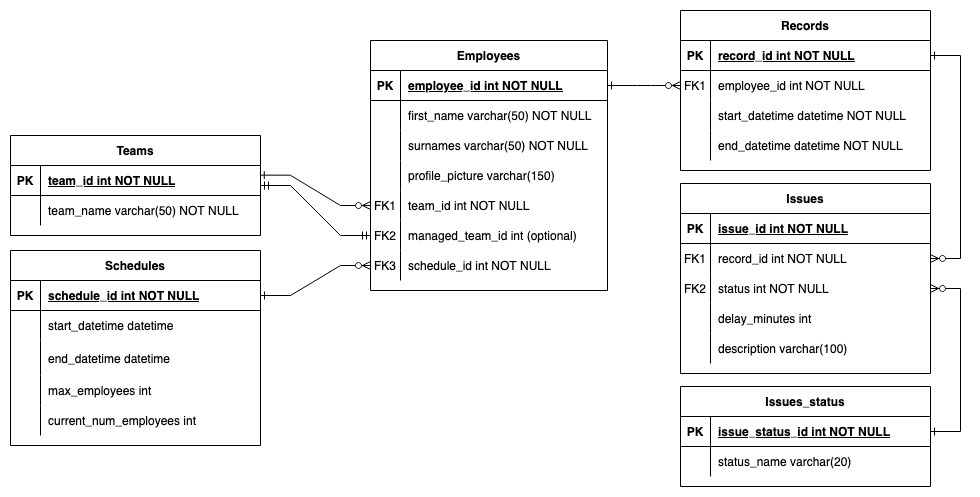
Earlier version of the draw.io export images/schedule-whiz-db.png (uma-dev/schedule-whiz). Source tidied: cells renumbered, new cells last; positions are measured from the earlier drawing's top-left corner, leaving out a move shared by most shapes.
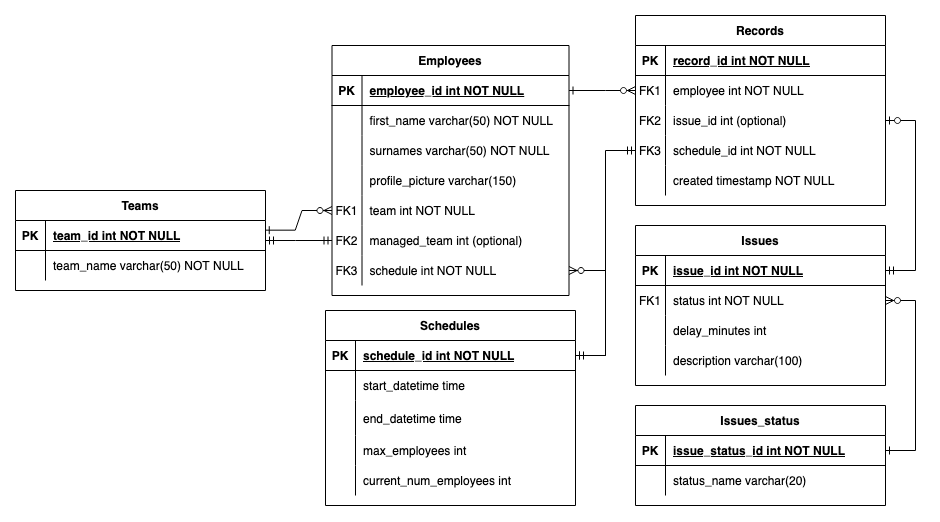
Later version of the same file.

Commit message:
Updated ddl and database schema

Change to the diagram source:
```diff
@@ -3,7 +3,7 @@
     <mxCell id="0" />
     <mxCell id="1" parent="0" />
     <mxCell id="2" value="Records" style="shape=table;startSize=30;rowLines=0;fontStyle=1;align=center;labelBackgroundColor=none;rounded=0;" parent="1" vertex="1">
-      <mxGeometry x="670" width="250" height="160" as="geometry" />
+      <mxGeometry x="690" width="250" height="190" as="geometry" />
     </mxCell>
     <mxCell id="3" style="shape=partialRectangle;fillColor=none;points=[[0,0.5],[1,0.5]];portConstraint=eastwest;top=0;left=0;right=0;bottom=1;labelBackgroundColor=none;rounded=0;" parent="2" vertex="1">
       <mxGeometry y="30" width="250" height="30" as="geometry" />
@@ -20,29 +20,38 @@
     <mxCell id="7" value="FK1" style="shape=partialRectangle;overflow=hidden;fillColor=none;top=0;left=0;bottom=0;right=0;labelBackgroundColor=none;rounded=0;" parent="6" vertex="1">
       <mxGeometry width="30" height="30" as="geometry" />
     </mxCell>
-    <mxCell id="8" value="employee_id int NOT NULL" style="shape=partialRectangle;overflow=hidden;fillColor=none;top=0;left=0;bottom=0;right=0;align=left;spacingLeft=6;labelBackgroundColor=none;rounded=0;" parent="6" vertex="1">
+    <mxCell id="8" value="employee int NOT NULL" style="shape=partialRectangle;overflow=hidden;fillColor=none;top=0;left=0;bottom=0;right=0;align=left;spacingLeft=6;labelBackgroundColor=none;rounded=0;" parent="6" vertex="1">
       <mxGeometry x="30" width="220" height="30" as="geometry" />
     </mxCell>
     <mxCell id="9" style="shape=partialRectangle;fillColor=none;points=[[0,0.5],[1,0.5]];portConstraint=eastwest;top=0;left=0;right=0;bottom=0;labelBackgroundColor=none;rounded=0;" parent="2" vertex="1">
       <mxGeometry y="90" width="250" height="30" as="geometry" />
     </mxCell>
-    <mxCell id="10" style="shape=partialRectangle;overflow=hidden;fillColor=none;top=0;left=0;bottom=0;right=0;labelBackgroundColor=none;rounded=0;" parent="9" vertex="1">
+    <mxCell id="10" value="FK2" style="shape=partialRectangle;overflow=hidden;fillColor=none;top=0;left=0;bottom=0;right=0;labelBackgroundColor=none;rounded=0;" parent="9" vertex="1">
       <mxGeometry width="30" height="30" as="geometry" />
     </mxCell>
-    <mxCell id="11" value="start_datetime datetime NOT NULL" style="shape=partialRectangle;overflow=hidden;fillColor=none;top=0;left=0;bottom=0;right=0;align=left;spacingLeft=6;labelBackgroundColor=none;rounded=0;" parent="9" vertex="1">
+    <mxCell id="11" value="issue_id int (optional)" style="shape=partialRectangle;overflow=hidden;fillColor=none;top=0;left=0;bottom=0;right=0;align=left;spacingLeft=6;labelBackgroundColor=none;rounded=0;" parent="9" vertex="1">
       <mxGeometry x="30" width="220" height="30" as="geometry" />
     </mxCell>
     <mxCell id="12" style="shape=partialRectangle;fillColor=none;points=[[0,0.5],[1,0.5]];portConstraint=eastwest;top=0;left=0;right=0;bottom=0;labelBackgroundColor=none;rounded=0;" parent="2" vertex="1">
       <mxGeometry y="120" width="250" height="30" as="geometry" />
     </mxCell>
-    <mxCell id="13" style="shape=partialRectangle;overflow=hidden;fillColor=none;top=0;left=0;bottom=0;right=0;labelBackgroundColor=none;rounded=0;" parent="12" vertex="1">
+    <mxCell id="13" value="FK3" style="shape=partialRectangle;overflow=hidden;fillColor=none;top=0;left=0;bottom=0;right=0;labelBackgroundColor=none;rounded=0;" parent="12" vertex="1">
       <mxGeometry width="30" height="30" as="geometry" />
     </mxCell>
-    <mxCell id="14" value="end_datetime datetime NOT NULL" style="shape=partialRectangle;overflow=hidden;fillColor=none;top=0;left=0;bottom=0;right=0;align=left;spacingLeft=6;labelBackgroundColor=none;rounded=0;" parent="12" vertex="1">
+    <mxCell id="14" value="schedule_id int NOT NULL" style="shape=partialRectangle;overflow=hidden;fillColor=none;top=0;left=0;bottom=0;right=0;align=left;spacingLeft=6;labelBackgroundColor=none;rounded=0;" parent="12" vertex="1">
       <mxGeometry x="30" width="220" height="30" as="geometry" />
     </mxCell>
+    <mxCell id="89" style="shape=partialRectangle;fillColor=none;top=0;left=0;right=0;bottom=0;labelBackgroundColor=none;rounded=0;" parent="2" vertex="1">
+      <mxGeometry y="150" width="250" height="30" as="geometry" />
+    </mxCell>
+    <mxCell id="90" style="shape=partialRectangle;overflow=hidden;fillColor=none;top=0;left=0;bottom=0;right=0;labelBackgroundColor=none;rounded=0;" parent="89" vertex="1">
+      <mxGeometry width="30" height="30" as="geometry" />
+    </mxCell>
+    <mxCell id="91" value="created timestamp NOT NULL" style="shape=partialRectangle;overflow=hidden;fillColor=none;top=0;left=0;bottom=0;right=0;align=left;spacingLeft=6;labelBackgroundColor=none;rounded=0;" parent="89" vertex="1">
+      <mxGeometry x="30" width="220" height="30" as="geometry" />
+    </mxCell>
     <mxCell id="15" value="Teams" style="shape=table;startSize=30;rowLines=0;fontStyle=1;align=center;labelBackgroundColor=none;rounded=0;" parent="1" vertex="1">
-      <mxGeometry y="125" width="250" height="100" as="geometry" />
+      <mxGeometry x="70" y="175" width="250" height="100" as="geometry" />
     </mxCell>
     <mxCell id="16" style="shape=partialRectangle;fillColor=none;points=[[0,0.5],[1,0.5]];portConstraint=eastwest;top=0;left=0;right=0;bottom=1;labelBackgroundColor=none;rounded=0;" parent="15" vertex="1">
       <mxGeometry y="30" width="250" height="30" as="geometry" />
@@ -63,7 +72,7 @@
       <mxGeometry x="30" width="220" height="30" as="geometry" />
     </mxCell>
     <mxCell id="22" value="Employees" style="shape=table;startSize=30;rowLines=0;fontStyle=1;align=center;labelBackgroundColor=none;rounded=0;" parent="1" vertex="1">
-      <mxGeometry x="360" y="30" width="237" height="250" as="geometry" />
+      <mxGeometry x="386.5" y="30" width="237" height="250" as="geometry" />
     </mxCell>
     <mxCell id="23" style="shape=partialRectangle;fillColor=none;points=[[0,0.5],[1,0.5]];portConstraint=eastwest;top=0;left=0;right=0;bottom=1;labelBackgroundColor=none;rounded=0;" parent="22" vertex="1">
       <mxGeometry y="30" width="237" height="30" as="geometry" />
@@ -107,7 +116,7 @@
     <mxCell id="36" value="FK1" style="shape=partialRectangle;overflow=hidden;fillColor=none;top=0;left=0;bottom=0;right=0;labelBackgroundColor=none;rounded=0;" parent="35" vertex="1">
       <mxGeometry width="30" height="30" as="geometry" />
     </mxCell>
-    <mxCell id="37" value="team_id int NOT NULL" style="shape=partialRectangle;overflow=hidden;fillColor=none;top=0;left=0;bottom=0;right=0;align=left;spacingLeft=6;labelBackgroundColor=none;rounded=0;" parent="35" vertex="1">
+    <mxCell id="37" value="team int NOT NULL" style="shape=partialRectangle;overflow=hidden;fillColor=none;top=0;left=0;bottom=0;right=0;align=left;spacingLeft=6;labelBackgroundColor=none;rounded=0;" parent="35" vertex="1">
       <mxGeometry x="30" width="207" height="30" as="geometry" />
     </mxCell>
     <mxCell id="38" style="shape=partialRectangle;fillColor=none;points=[[0,0.5],[1,0.5]];portConstraint=eastwest;top=0;left=0;right=0;bottom=0;labelBackgroundColor=none;rounded=0;" parent="22" vertex="1">
@@ -116,7 +125,7 @@
     <mxCell id="39" value="FK2" style="shape=partialRectangle;overflow=hidden;fillColor=none;top=0;left=0;bottom=0;right=0;labelBackgroundColor=none;rounded=0;" parent="38" vertex="1">
       <mxGeometry width="30" height="30" as="geometry" />
     </mxCell>
-    <mxCell id="40" value="managed_team_id int (optional)" style="shape=partialRectangle;overflow=hidden;fillColor=none;top=0;left=0;bottom=0;right=0;align=left;spacingLeft=6;labelBackgroundColor=none;rounded=0;" parent="38" vertex="1">
+    <mxCell id="40" value="managed_team int (optional)" style="shape=partialRectangle;overflow=hidden;fillColor=none;top=0;left=0;bottom=0;right=0;align=left;spacingLeft=6;labelBackgroundColor=none;rounded=0;" parent="38" vertex="1">
       <mxGeometry x="30" width="207" height="30" as="geometry" />
     </mxCell>
     <mxCell id="41" style="shape=partialRectangle;fillColor=none;points=[[0,0.5],[1,0.5]];portConstraint=eastwest;top=0;left=0;right=0;bottom=0;labelBackgroundColor=none;rounded=0;" parent="22" vertex="1">
@@ -125,11 +134,11 @@
     <mxCell id="42" value="FK3" style="shape=partialRectangle;overflow=hidden;fillColor=none;top=0;left=0;bottom=0;right=0;labelBackgroundColor=none;rounded=0;" parent="41" vertex="1">
       <mxGeometry width="30" height="30" as="geometry" />
     </mxCell>
-    <mxCell id="43" value="schedule_id int NOT NULL" style="shape=partialRectangle;overflow=hidden;fillColor=none;top=0;left=0;bottom=0;right=0;align=left;spacingLeft=6;labelBackgroundColor=none;rounded=0;" parent="41" vertex="1">
+    <mxCell id="43" value="schedule int NOT NULL" style="shape=partialRectangle;overflow=hidden;fillColor=none;top=0;left=0;bottom=0;right=0;align=left;spacingLeft=6;labelBackgroundColor=none;rounded=0;" parent="41" vertex="1">
       <mxGeometry x="30" width="207" height="30" as="geometry" />
     </mxCell>
     <mxCell id="44" value="Schedules" style="shape=table;startSize=30;rowLines=0;fontStyle=1;align=center;labelBackgroundColor=none;rounded=0;" parent="1" vertex="1">
-      <mxGeometry y="240" width="250" height="195" as="geometry" />
+      <mxGeometry x="380" y="295" width="250" height="195" as="geometry" />
     </mxCell>
     <mxCell id="45" style="shape=partialRectangle;fillColor=none;points=[[0,0.5],[1,0.5]];portConstraint=eastwest;top=0;left=0;right=0;bottom=1;labelBackgroundColor=none;rounded=0;" parent="44" vertex="1">
       <mxGeometry y="30" width="250" height="30" as="geometry" />
@@ -146,7 +155,7 @@
     <mxCell id="49" style="shape=partialRectangle;overflow=hidden;fillColor=none;top=0;left=0;bottom=0;right=0;labelBackgroundColor=none;rounded=0;" parent="48" vertex="1">
       <mxGeometry width="30" height="30" as="geometry" />
     </mxCell>
-    <mxCell id="50" value="start_datetime datetime " style="shape=partialRectangle;overflow=hidden;fillColor=none;top=0;left=0;bottom=0;right=0;align=left;spacingLeft=6;labelBackgroundColor=none;rounded=0;" parent="48" vertex="1">
+    <mxCell id="50" value="start_datetime time " style="shape=partialRectangle;overflow=hidden;fillColor=none;top=0;left=0;bottom=0;right=0;align=left;spacingLeft=6;labelBackgroundColor=none;rounded=0;" parent="48" vertex="1">
       <mxGeometry x="30" width="220" height="30" as="geometry" />
     </mxCell>
     <mxCell id="51" style="shape=partialRectangle;fillColor=none;top=0;left=0;right=0;bottom=0;labelBackgroundColor=none;rounded=0;" parent="44" vertex="1">
@@ -155,7 +164,7 @@
     <mxCell id="52" style="shape=partialRectangle;overflow=hidden;fillColor=none;top=0;left=0;bottom=0;right=0;labelBackgroundColor=none;rounded=0;" parent="51" vertex="1">
       <mxGeometry width="30" height="35" as="geometry" />
     </mxCell>
-    <mxCell id="53" value="end_datetime datetime" style="shape=partialRectangle;overflow=hidden;fillColor=none;top=0;left=0;bottom=0;right=0;align=left;spacingLeft=6;labelBackgroundColor=none;rounded=0;" parent="51" vertex="1">
+    <mxCell id="53" value="end_datetime time" style="shape=partialRectangle;overflow=hidden;fillColor=none;top=0;left=0;bottom=0;right=0;align=left;spacingLeft=6;labelBackgroundColor=none;rounded=0;" parent="51" vertex="1">
       <mxGeometry x="30" width="220" height="35" as="geometry" />
     </mxCell>
     <mxCell id="54" style="shape=partialRectangle;fillColor=none;top=0;left=0;right=0;bottom=0;labelBackgroundColor=none;rounded=0;" parent="44" vertex="1">
@@ -190,11 +199,8 @@
     <mxCell id="62" style="edgeStyle=entityRelationEdgeStyle;endArrow=ERzeroToMany;startArrow=ERone;endFill=1;startFill=0;exitX=1;exitY=0.5;exitDx=0;exitDy=0;entryX=0;entryY=0.5;entryDx=0;entryDy=0;labelBackgroundColor=none;fontColor=default;rounded=0;" parent="1" edge="1" source="23" target="6">
       <mxGeometry relative="1" as="geometry" />
     </mxCell>
-    <mxCell id="63" style="edgeStyle=entityRelationEdgeStyle;endArrow=ERzeroToMany;startArrow=ERone;endFill=1;startFill=0;entryX=0;entryY=0.5;entryDx=0;entryDy=0;labelBackgroundColor=none;fontColor=default;rounded=0;exitX=1;exitY=0.5;exitDx=0;exitDy=0;" parent="1" edge="1" source="45" target="41">
-      <mxGeometry relative="1" as="geometry" />
-    </mxCell>
     <mxCell id="64" value="Issues" style="shape=table;startSize=30;rowLines=0;fontStyle=1;align=center;labelBackgroundColor=none;rounded=0;" parent="1" vertex="1">
-      <mxGeometry x="670" y="173" width="250" height="190" as="geometry" />
+      <mxGeometry x="690" y="210" width="250" height="160" as="geometry" />
     </mxCell>
     <mxCell id="65" style="shape=partialRectangle;fillColor=none;points=[[0,0.5],[1,0.5]];portConstraint=eastwest;top=0;left=0;right=0;bottom=1;labelBackgroundColor=none;rounded=0;" parent="64" vertex="1">
       <mxGeometry y="30" width="250" height="30" as="geometry" />
@@ -205,26 +211,17 @@
     <mxCell id="67" value="issue_id int NOT NULL " style="shape=partialRectangle;overflow=hidden;fillColor=none;top=0;left=0;bottom=0;right=0;align=left;spacingLeft=6;fontStyle=5;labelBackgroundColor=none;rounded=0;" parent="65" vertex="1">
       <mxGeometry x="30" width="220" height="30" as="geometry" />
     </mxCell>
-    <mxCell id="68" style="shape=partialRectangle;fillColor=none;points=[[0,0.5],[1,0.5]];portConstraint=eastwest;top=0;left=0;right=0;bottom=0;labelBackgroundColor=none;rounded=0;" parent="64" vertex="1">
-      <mxGeometry y="60" width="250" height="30" as="geometry" />
-    </mxCell>
-    <mxCell id="69" value="FK1" style="shape=partialRectangle;overflow=hidden;fillColor=none;top=0;left=0;bottom=0;right=0;labelBackgroundColor=none;rounded=0;" parent="68" vertex="1">
-      <mxGeometry width="30" height="30" as="geometry" />
-    </mxCell>
-    <mxCell id="70" value="record_id int NOT NULL" style="shape=partialRectangle;overflow=hidden;fillColor=none;top=0;left=0;bottom=0;right=0;align=left;spacingLeft=6;labelBackgroundColor=none;rounded=0;" parent="68" vertex="1">
-      <mxGeometry x="30" width="220" height="30" as="geometry" />
-    </mxCell>
     <mxCell id="71" style="shape=partialRectangle;fillColor=none;points=[[0,0.5],[1,0.5]];portConstraint=eastwest;top=0;left=0;right=0;bottom=0;labelBackgroundColor=none;rounded=0;" parent="64" vertex="1">
-      <mxGeometry y="90" width="250" height="30" as="geometry" />
+      <mxGeometry y="60" width="250" height="30" as="geometry" />
     </mxCell>
-    <mxCell id="72" value="FK2" style="shape=partialRectangle;overflow=hidden;fillColor=none;top=0;left=0;bottom=0;right=0;labelBackgroundColor=none;rounded=0;" parent="71" vertex="1">
+    <mxCell id="72" value="FK1" style="shape=partialRectangle;overflow=hidden;fillColor=none;top=0;left=0;bottom=0;right=0;labelBackgroundColor=none;rounded=0;" parent="71" vertex="1">
       <mxGeometry width="30" height="30" as="geometry" />
     </mxCell>
     <mxCell id="73" value="status int NOT NULL" style="shape=partialRectangle;overflow=hidden;fillColor=none;top=0;left=0;bottom=0;right=0;align=left;spacingLeft=6;labelBackgroundColor=none;rounded=0;" parent="71" vertex="1">
       <mxGeometry x="30" width="220" height="30" as="geometry" />
     </mxCell>
     <mxCell id="74" style="shape=partialRectangle;fillColor=none;top=0;left=0;right=0;bottom=0;labelBackgroundColor=none;rounded=0;" parent="64" vertex="1">
-      <mxGeometry y="120" width="250" height="30" as="geometry" />
+      <mxGeometry y="90" width="250" height="30" as="geometry" />
     </mxCell>
     <mxCell id="75" style="shape=partialRectangle;overflow=hidden;fillColor=none;top=0;left=0;bottom=0;right=0;labelBackgroundColor=none;rounded=0;" parent="74" vertex="1">
       <mxGeometry width="30" height="30" as="geometry" />
@@ -233,7 +230,7 @@
       <mxGeometry x="30" width="220" height="30" as="geometry" />
     </mxCell>
     <mxCell id="77" style="shape=partialRectangle;fillColor=none;top=0;left=0;right=0;bottom=0;labelBackgroundColor=none;rounded=0;" parent="64" vertex="1">
-      <mxGeometry y="150" width="250" height="30" as="geometry" />
+      <mxGeometry y="120" width="250" height="30" as="geometry" />
     </mxCell>
     <mxCell id="78" style="shape=partialRectangle;overflow=hidden;fillColor=none;top=0;left=0;bottom=0;right=0;labelBackgroundColor=none;rounded=0;" parent="77" vertex="1">
       <mxGeometry width="30" height="30" as="geometry" />
@@ -241,11 +238,8 @@
     <mxCell id="79" value="description varchar(100) " style="shape=partialRectangle;overflow=hidden;fillColor=none;top=0;left=0;bottom=0;right=0;align=left;spacingLeft=6;labelBackgroundColor=none;rounded=0;" parent="77" vertex="1">
       <mxGeometry x="30" width="220" height="30" as="geometry" />
     </mxCell>
-    <mxCell id="80" style="edgeStyle=entityRelationEdgeStyle;endArrow=ERzeroToMany;startArrow=ERone;endFill=1;startFill=0;exitX=1;exitY=0.5;exitDx=0;exitDy=0;entryX=1;entryY=0.5;entryDx=0;entryDy=0;labelBackgroundColor=none;fontColor=default;rounded=0;" parent="1" edge="1" source="3" target="68">
-      <mxGeometry relative="1" as="geometry" />
-    </mxCell>
     <mxCell id="81" value="Issues_status" style="shape=table;startSize=30;rowLines=0;fontStyle=1;align=center;labelBackgroundColor=none;rounded=0;" parent="1" vertex="1">
-      <mxGeometry x="670" y="376" width="250" height="100" as="geometry" />
+      <mxGeometry x="690" y="390" width="250" height="100" as="geometry" />
     </mxCell>
     <mxCell id="82" style="shape=partialRectangle;fillColor=none;points=[[0,0.5],[1,0.5]];portConstraint=eastwest;top=0;left=0;right=0;bottom=1;labelBackgroundColor=none;rounded=0;" parent="81" vertex="1">
       <mxGeometry y="30" width="250" height="30" as="geometry" />
@@ -268,5 +262,14 @@
     <mxCell id="88" style="edgeStyle=entityRelationEdgeStyle;endArrow=ERzeroToMany;startArrow=ERone;endFill=1;startFill=0;exitX=1;exitY=0.5;exitDx=0;exitDy=0;entryX=1;entryY=0.5;entryDx=0;entryDy=0;labelBackgroundColor=none;fontColor=default;rounded=0;" parent="1" edge="1" source="82" target="71">
       <mxGeometry relative="1" as="geometry" />
     </mxCell>
+    <mxCell id="92" style="edgeStyle=entityRelationEdgeStyle;fontSize=12;html=1;endArrow=ERzeroToOne;startArrow=ERmandOne;rounded=0;entryX=1;entryY=0.5;entryDx=0;entryDy=0;exitX=1;exitY=0.5;exitDx=0;exitDy=0;" parent="1" edge="1" source="65" target="9">
+      <mxGeometry relative="1" as="geometry" />
+    </mxCell>
+    <mxCell id="93" style="edgeStyle=entityRelationEdgeStyle;fontSize=12;html=1;endArrow=ERmandOne;startArrow=ERmandOne;rounded=0;entryX=0;entryY=0.5;entryDx=0;entryDy=0;exitX=1;exitY=0.5;exitDx=0;exitDy=0;" parent="1" edge="1" source="45" target="12">
+      <mxGeometry relative="1" as="geometry" />
+    </mxCell>
+    <mxCell id="63" style="edgeStyle=entityRelationEdgeStyle;endArrow=ERzeroToMany;startArrow=ERone;endFill=1;startFill=0;labelBackgroundColor=none;fontColor=default;rounded=0;" parent="1" edge="1" source="45" target="41">
+      <mxGeometry relative="1" as="geometry" />
+    </mxCell>
   </root>
 </mxGraphModel>
```
